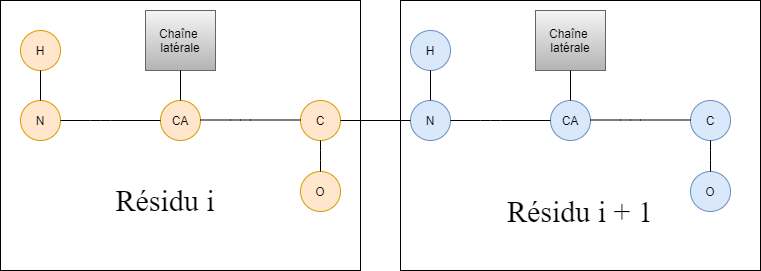
Earlier version of the draw.io export images/explainations/backbone chain.png (mehdimunim/Helix-Analysis-Program). Source tidied: cells renumbered, new cells last; positions are measured from the earlier drawing's top-left corner, leaving out a move shared by most shapes.
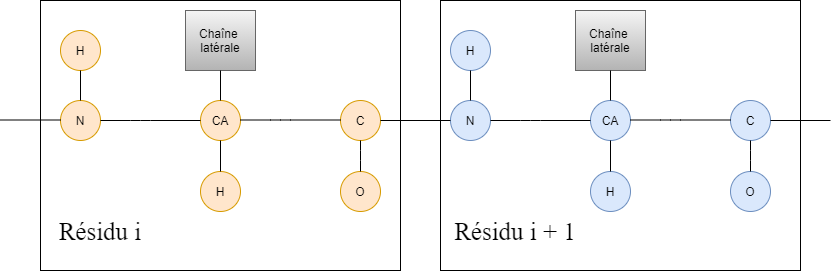
The same file after the commit.

Change to the diagram source:
```diff
@@ -109,11 +109,39 @@
     <mxCell id="26" style="endArrow=none;html=1;exitX=1;exitY=0.5;exitDx=0;exitDy=0;entryX=0;entryY=0.5;entryDx=0;entryDy=0;" parent="1" edge="1" source="4" target="17">
       <mxGeometry relative="1" as="geometry" />
     </mxCell>
-    <mxCell id="27" value="Résidu i" style="text;html=1;strokeColor=none;fillColor=none;align=center;verticalAlign=middle;whiteSpace=wrap;rounded=0;fontFamily=Times New Roman;fontSize=30;" parent="1" vertex="1">
-      <mxGeometry x="90" y="160" width="150" height="79" as="geometry" />
+    <mxCell id="27" value="Résidu i" style="text;html=1;strokeColor=none;fillColor=none;align=center;verticalAlign=middle;whiteSpace=wrap;rounded=0;fontFamily=Times New Roman;fontSize=25;" parent="1" vertex="1">
+      <mxGeometry y="191" width="120" height="79" as="geometry" />
     </mxCell>
-    <mxCell id="28" value="Résidu i + 1" style="text;html=1;strokeColor=none;fillColor=none;align=center;verticalAlign=middle;whiteSpace=wrap;rounded=0;fontFamily=Times New Roman;fontSize=30;" parent="1" vertex="1">
-      <mxGeometry x="505" y="171" width="150" height="79" as="geometry" />
+    <mxCell id="28" value="Résidu i + 1" style="text;html=1;strokeColor=none;fillColor=none;align=center;verticalAlign=middle;whiteSpace=wrap;rounded=0;fontFamily=Times New Roman;fontSize=25;" parent="1" vertex="1">
+      <mxGeometry x="400" y="191" width="150" height="79" as="geometry" />
     </mxCell>
+    <mxCell id="29" value="H" style="ellipse;whiteSpace=wrap;html=1;fillColor=#ffe6cc;strokeColor=#d79b00;" parent="1" vertex="1">
+      <mxGeometry x="160" y="171" width="40" height="40" as="geometry" />
+    </mxCell>
+    <mxCell id="30" style="endArrow=none;html=1;fontFamily=Times New Roman;fontSize=30;exitX=0.5;exitY=0;exitDx=0;exitDy=0;" parent="1" edge="1" source="29">
+      <mxGeometry relative="1" as="geometry">
+        <mxPoint x="180" y="140" as="targetPoint" />
+      </mxGeometry>
+    </mxCell>
+    <mxCell id="31" value="H" style="ellipse;whiteSpace=wrap;html=1;fillColor=#dae8fc;strokeColor=#6c8ebf;" parent="1" vertex="1">
+      <mxGeometry x="550" y="171" width="40" height="40" as="geometry" />
+    </mxCell>
+    <mxCell id="32" style="endArrow=none;html=1;fontFamily=Times New Roman;fontSize=30;exitX=0.5;exitY=0;exitDx=0;exitDy=0;" parent="1" edge="1" source="31">
+      <mxGeometry relative="1" as="geometry">
+        <mxPoint x="570" y="140" as="targetPoint" />
+      </mxGeometry>
+    </mxCell>
+    <mxCell id="33" style="endArrow=none;html=1;fontFamily=Times New Roman;fontSize=25;" parent="1" edge="1">
+      <mxGeometry relative="1" as="geometry">
+        <mxPoint x="730" y="120" as="sourcePoint" />
+        <mxPoint x="790" y="120" as="targetPoint" />
+      </mxGeometry>
+    </mxCell>
+    <mxCell id="34" style="endArrow=none;html=1;fontFamily=Times New Roman;fontSize=25;" parent="1" edge="1">
+      <mxGeometry relative="1" as="geometry">
+        <mxPoint x="-40" y="119.5" as="sourcePoint" />
+        <mxPoint x="20" y="119.5" as="targetPoint" />
+      </mxGeometry>
+    </mxCell>
   </root>
 </mxGraphModel>
```
